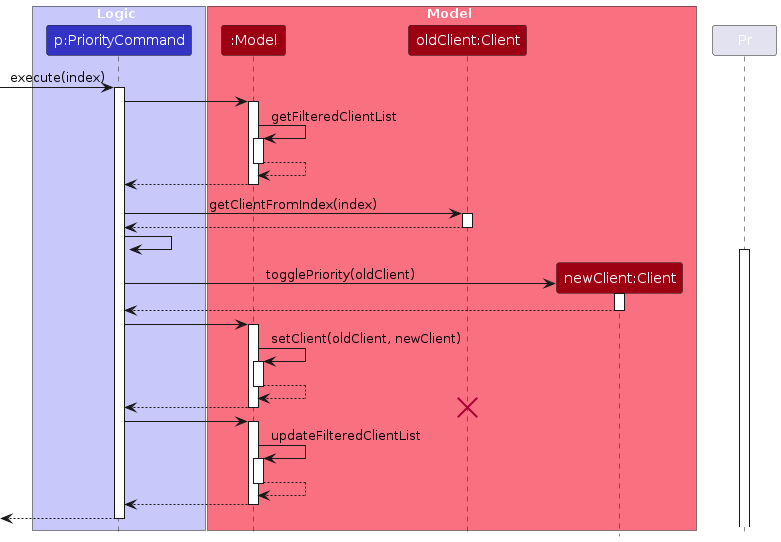
Above: diagrams/PrioritySequenceDiagram-Client.png in AY2425S2-CS2103T-W12-2/tp (PlantUML), before the change. Its source is kept beside it as diagrams/PrioritySequenceDiagram-Client.puml.
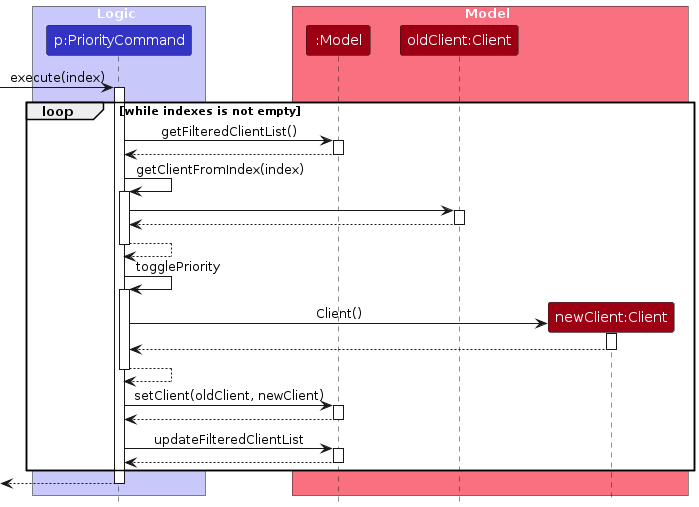
Above is the later version.

What changed in the source:
```diff
@@ -14,49 +14,45 @@
 
 [-> PriorityCommand : execute(index)
 activate PriorityCommand
+loop while indexes is not empty
+PriorityCommand -> Model : getFilteredClientList()
+activate Model
 
-PriorityCommand -> Model
-activate Model
-Model -> Model : getFilteredClientList
-activate Model
-Model --> Model
-deactivate Model
 Model --> PriorityCommand
 deactivate Model
 
-PriorityCommand -> oClient : getClientFromIndex(index)
-activate oClient
-oClient --> PriorityCommand
-deactivate oClient
+PriorityCommand -> PriorityCommand : getClientFromIndex(index)
+activate PriorityCommand
+    PriorityCommand -> oClient
+    activate oClient
+    oClient --> PriorityCommand
+    deactivate oClient
+PriorityCommand --> PriorityCommand
+deactivate PriorityCommand
 
-PriorityCommand -> PriorityCommand
-activate  Pr
-create nClient
-PriorityCommand -> nClient : togglePriority(oldClient)
-activate nClient
-nClient --> PriorityCommand
-deactivate
+PriorityCommand -> PriorityCommand : togglePriority
+activate PriorityCommand
+    create nClient
+    PriorityCommand -> nClient : Client()
+    activate nClient
+    nClient --> PriorityCommand
+    deactivate nClient
+PriorityCommand --> PriorityCommand
+deactivate PriorityCommand
 
-PriorityCommand -> Model
+
+PriorityCommand -> Model : setClient(oldClient, newClient)
 activate Model
-Model -> Model : setClient(oldClient, newClient)
-activate Model
-Model --> Model
-deactivate Model
+
 Model --> PriorityCommand
 deactivate Model
 
-destroy oClient
+PriorityCommand -> Model : updateFilteredClientList
+activate Model
 
-PriorityCommand -> Model
-activate Model
-Model -> Model : updateFilteredClientList
-activate Model
-Model --> Model
-deactivate Model
 Model --> PriorityCommand
 deactivate Model
-
+end
 [<--PriorityCommand
 deactivate PriorityCommand
 @enduml
```
